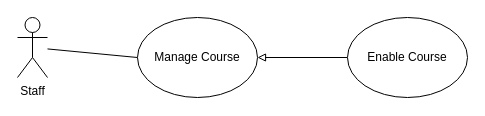
The draw.io diagram page "Trang-5" (5 of 6) of Untitled Diagram.drawio in minhng-178/web-starter-projects, before the edit. Source tidied: cells renumbered, new cells numbered last; positions are measured from the earlier drawing's top-left corner, leaving out a move shared by most shapes. Both pictures are drawn from the tidied source at 100%, with x=0, y=0 at pixel (17, 17).
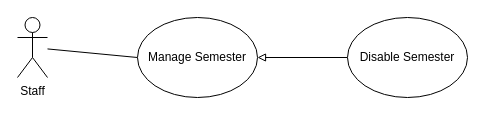
The same page after the edit.

Commit message:
Cập nhật Untitled Diagram.drawio

Diff of the diagram source:
```diff
@@
 <mxGraphModel>
   <root>
     <mxCell id="0" />
     <mxCell id="1" parent="0" />
     <mxCell id="2" value="Staff" style="shape=umlActor;verticalLabelPosition=bottom;verticalAlign=top;html=1;outlineConnect=0;" parent="1" vertex="1">
       <mxGeometry width="30" height="60" as="geometry" />
     </mxCell>
     <mxCell id="3" style="endArrow=none;html=1;rounded=0;entryX=0;entryY=0.5;entryDx=0;entryDy=0;" parent="1" edge="1" source="2" target="4">
       <mxGeometry relative="1" as="geometry" />
     </mxCell>
-    <mxCell id="4" value="Manage Course" style="ellipse;whiteSpace=wrap;html=1;" parent="1" vertex="1">
+    <mxCell id="4" value="Manage Semester" style="ellipse;whiteSpace=wrap;html=1;" parent="1" vertex="1">
       <mxGeometry x="120" width="120" height="80" as="geometry" />
     </mxCell>
     <mxCell id="5" style="endArrow=block;html=1;rounded=0;entryX=1;entryY=0.5;entryDx=0;entryDy=0;exitX=0;exitY=0.5;exitDx=0;exitDy=0;endFill=0;" parent="1" edge="1" source="6" target="4">
       <mxGeometry relative="1" as="geometry" />
     </mxCell>
-    <mxCell id="6" value="Enable Course" style="ellipse;whiteSpace=wrap;html=1;" parent="1" vertex="1">
+    <mxCell id="6" value="Disable Semester" style="ellipse;whiteSpace=wrap;html=1;" parent="1" vertex="1">
       <mxGeometry x="330" width="120" height="80" as="geometry" />
     </mxCell>
   </root>
 </mxGraphModel>
```
